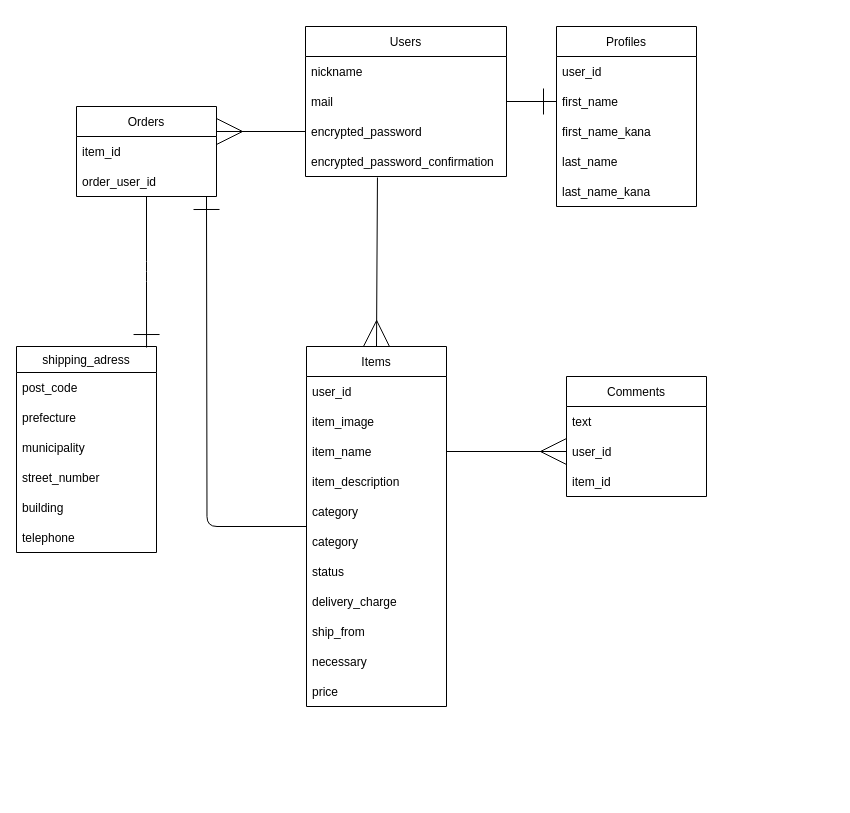
Before: furima.dio in yoshir32/furima-36846, a draw.io diagram. Source tidied: cells renumbered, new cells numbered last; positions are measured from the earlier drawing's top-left corner, leaving out a move shared by most shapes. Both pictures are drawn from the tidied source at 100%, with x=0, y=0 at pixel (16, 26).
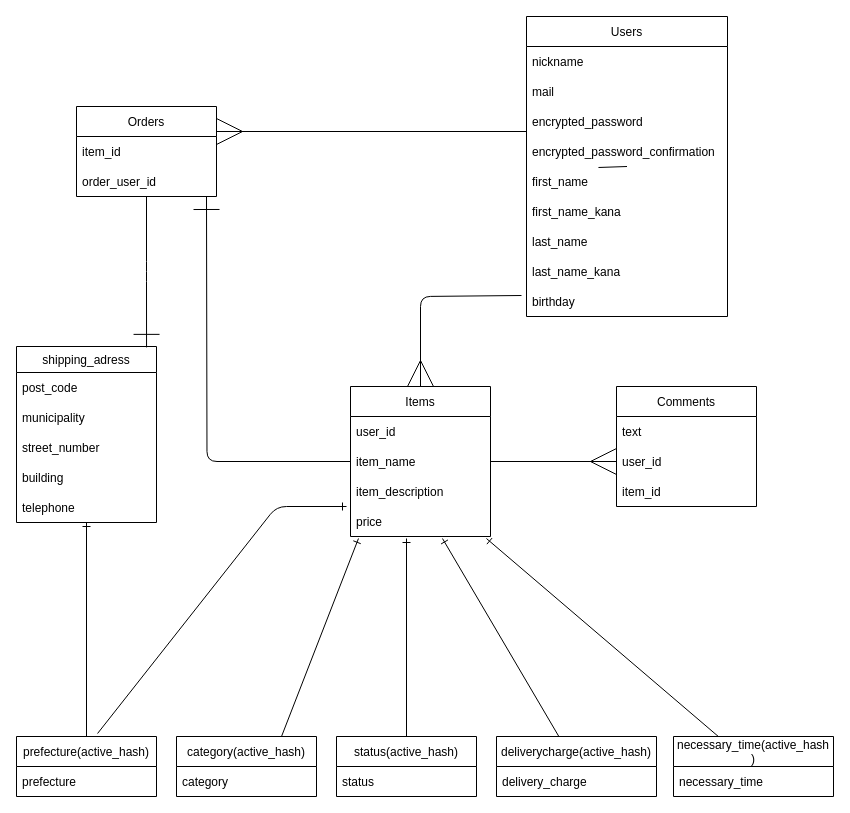
The same diagram, later.

Commit message (it also covers changes not shown here):
ER図、README修正

The change refers to these unchanged cells:
```xml
<mxCell id="7" value="encrypted_password" style="text;strokeColor=none;fillColor=none;align=left;verticalAlign=middle;spacingLeft=4;spacingRight=4;overflow=hidden;points=[[0,0.5],[1,0.5]];portConstraint=eastwest;" parent="4" vertex="1">
  <mxGeometry y="90" width="201" height="30" as="geometry" />
</mxCell>
<mxCell id="8" value="encrypted_password_confirmation" style="text;strokeColor=none;fillColor=none;align=left;verticalAlign=middle;spacingLeft=4;spacingRight=4;overflow=hidden;points=[[0,0.5],[1,0.5]];portConstraint=eastwest;" parent="4" vertex="1">
  <mxGeometry y="120" width="201" height="30" as="geometry" />
</mxCell>
```

Diff of the diagram source:
```diff
@@
-    <mxCell id="2" style="edgeStyle=none;jumpSize=24;html=1;entryX=0.5;entryY=0;entryDx=0;entryDy=0;endArrow=ERmany;endFill=0;startSize=24;endSize=24;exitX=0.358;exitY=1.033;exitDx=0;exitDy=0;exitPerimeter=0;" parent="1" edge="1" source="8" target="24">
-      <mxGeometry relative="1" as="geometry" />
+    <mxCell id="2" style="edgeStyle=none;jumpSize=24;html=1;entryX=0.5;entryY=0;entryDx=0;entryDy=0;endArrow=ERmany;endFill=0;startSize=24;endSize=24;startArrow=none;exitX=-0.025;exitY=0.3;exitDx=0;exitDy=0;exitPerimeter=0;" parent="1" edge="1" source="46" target="24">
+      <mxGeometry relative="1" as="geometry">
+        <Array as="points">
+          <mxPoint x="404" y="270" />
+        </Array>
+      </mxGeometry>
     </mxCell>
-    <mxCell id="3" style="edgeStyle=none;jumpSize=24;html=1;entryX=0;entryY=0.5;entryDx=0;entryDy=0;endArrow=ERone;endFill=0;startSize=24;endSize=24;" parent="1" edge="1" source="4" target="19">
-      <mxGeometry relative="1" as="geometry" />
-    </mxCell>
     <mxCell id="4" value="Users" style="swimlane;fontStyle=0;horizontal=1;startSize=30;" parent="1" vertex="1">
-      <mxGeometry x="289" width="201" height="150" as="geometry" />
+      <mxGeometry x="510" y="-10" width="201" height="300" as="geometry" />
     </mxCell>
@@
+    <mxCell id="3" style="edgeStyle=none;jumpSize=24;html=1;entryX=0;entryY=0.5;entryDx=0;entryDy=0;endArrow=ERone;endFill=0;startSize=24;endSize=24;" parent="4" edge="1" source="4" target="19">
+      <mxGeometry relative="1" as="geometry" />
+    </mxCell>
+    <mxCell id="45" style="edgeStyle=none;jumpSize=24;html=1;entryX=0.5;entryY=0;entryDx=0;entryDy=0;endArrow=none;endFill=0;startSize=24;endSize=24;exitX=0.358;exitY=1.033;exitDx=0;exitDy=0;exitPerimeter=0;" parent="4" edge="1" source="8" target="19">
+      <mxGeometry relative="1" as="geometry" />
+    </mxCell>
+    <mxCell id="19" value="first_name" style="text;strokeColor=none;fillColor=none;align=left;verticalAlign=middle;spacingLeft=4;spacingRight=4;overflow=hidden;points=[[0,0.5],[1,0.5]];portConstraint=eastwest;" parent="4" vertex="1">
+      <mxGeometry y="150" width="201" height="30" as="geometry" />
+    </mxCell>
+    <mxCell id="20" value="first_name_kana" style="text;strokeColor=none;fillColor=none;align=left;verticalAlign=middle;spacingLeft=4;spacingRight=4;overflow=hidden;" parent="4" vertex="1">
+      <mxGeometry y="180" width="201" height="30" as="geometry" />
+    </mxCell>
+    <mxCell id="21" value="last_name" style="text;strokeColor=none;fillColor=none;align=left;verticalAlign=middle;spacingLeft=4;spacingRight=4;overflow=hidden;" parent="4" vertex="1">
+      <mxGeometry y="210" width="201" height="30" as="geometry" />
+    </mxCell>
+    <mxCell id="22" value="last_name_kana" style="text;strokeColor=none;fillColor=none;align=left;verticalAlign=middle;spacingLeft=4;spacingRight=4;overflow=hidden;" parent="4" vertex="1">
+      <mxGeometry y="240" width="201" height="30" as="geometry" />
+    </mxCell>
+    <mxCell id="46" value="birthday" style="text;strokeColor=none;fillColor=none;align=left;verticalAlign=middle;spacingLeft=4;spacingRight=4;overflow=hidden;points=[[0,0.5],[1,0.5]];portConstraint=eastwest;" parent="4" vertex="1">
+      <mxGeometry y="270" width="201" height="30" as="geometry" />
+    </mxCell>
@@
     <mxCell id="13" value="Comments" style="swimlane;fontStyle=0;horizontal=1;startSize=30;" parent="1" vertex="1">
-      <mxGeometry x="550" y="350" width="140" height="120" as="geometry" />
+      <mxGeometry x="600" y="360" width="140" height="120" as="geometry" />
     </mxCell>
@@
-    <mxCell id="17" value="Profiles" style="swimlane;fontStyle=0;horizontal=1;startSize=30;" parent="1" vertex="1">
-      <mxGeometry x="540" width="140" height="180" as="geometry" />
-    </mxCell>
-    <mxCell id="18" value="user_id" style="text;strokeColor=none;fillColor=none;align=left;verticalAlign=middle;spacingLeft=4;spacingRight=4;overflow=hidden;" parent="17" vertex="1">
-      <mxGeometry y="30" width="140" height="30" as="geometry" />
-    </mxCell>
-    <mxCell id="19" value="first_name" style="text;strokeColor=none;fillColor=none;align=left;verticalAlign=middle;spacingLeft=4;spacingRight=4;overflow=hidden;points=[[0,0.5],[1,0.5]];portConstraint=eastwest;" parent="17" vertex="1">
-      <mxGeometry y="60" width="140" height="30" as="geometry" />
-    </mxCell>
-    <mxCell id="20" value="first_name_kana" style="text;strokeColor=none;fillColor=none;align=left;verticalAlign=middle;spacingLeft=4;spacingRight=4;overflow=hidden;" parent="17" vertex="1">
-      <mxGeometry y="90" width="140" height="30" as="geometry" />
-    </mxCell>
-    <mxCell id="21" value="last_name" style="text;strokeColor=none;fillColor=none;align=left;verticalAlign=middle;spacingLeft=4;spacingRight=4;overflow=hidden;" parent="17" vertex="1">
-      <mxGeometry y="120" width="140" height="30" as="geometry" />
-    </mxCell>
-    <mxCell id="22" value="last_name_kana" style="text;strokeColor=none;fillColor=none;align=left;verticalAlign=middle;spacingLeft=4;spacingRight=4;overflow=hidden;" parent="17" vertex="1">
-      <mxGeometry y="150" width="140" height="30" as="geometry" />
-    </mxCell>
@@
     <mxCell id="24" value="Items" style="swimlane;fontStyle=0;horizontal=1;startSize=30;" parent="1" vertex="1">
-      <mxGeometry x="290" y="320" width="140" height="360" as="geometry" />
+      <mxGeometry x="334" y="360" width="140" height="150" as="geometry" />
     </mxCell>
@@
-    <mxCell id="26" value="item_image" style="text;strokeColor=none;fillColor=none;align=left;verticalAlign=middle;spacingLeft=4;spacingRight=4;overflow=hidden;" parent="24" vertex="1">
-      <mxGeometry y="60" width="140" height="30" as="geometry" />
-    </mxCell>
     <mxCell id="27" value="item_name" style="text;strokeColor=none;fillColor=none;align=left;verticalAlign=middle;spacingLeft=4;spacingRight=4;overflow=hidden;points=[[0,0.5],[1,0.5]];portConstraint=eastwest;" parent="24" vertex="1">
-      <mxGeometry y="90" width="140" height="30" as="geometry" />
+      <mxGeometry y="60" width="140" height="30" as="geometry" />
     </mxCell>
     <mxCell id="28" value="item_description" style="text;strokeColor=none;fillColor=none;align=left;verticalAlign=middle;spacingLeft=4;spacingRight=4;overflow=hidden;" parent="24" vertex="1">
-      <mxGeometry y="120" width="140" height="30" as="geometry" />
+      <mxGeometry y="90" width="140" height="30" as="geometry" />
     </mxCell>
-    <mxCell id="29" value="category" style="text;strokeColor=none;fillColor=none;align=left;verticalAlign=middle;spacingLeft=4;spacingRight=4;overflow=hidden;" parent="24" vertex="1">
-      <mxGeometry y="150" width="140" height="30" as="geometry" />
-    </mxCell>
-    <mxCell id="30" value="category" style="text;strokeColor=none;fillColor=none;align=left;verticalAlign=middle;spacingLeft=4;spacingRight=4;overflow=hidden;" parent="24" vertex="1">
-      <mxGeometry y="180" width="140" height="30" as="geometry" />
-    </mxCell>
-    <mxCell id="31" value="status" style="text;strokeColor=none;fillColor=none;align=left;verticalAlign=middle;spacingLeft=4;spacingRight=4;overflow=hidden;" parent="24" vertex="1">
-      <mxGeometry y="210" width="140" height="30" as="geometry" />
-    </mxCell>
-    <mxCell id="32" value="delivery_charge" style="text;strokeColor=none;fillColor=none;align=left;verticalAlign=middle;spacingLeft=4;spacingRight=4;overflow=hidden;" parent="24" vertex="1">
-      <mxGeometry y="240" width="140" height="30" as="geometry" />
-    </mxCell>
-    <mxCell id="33" value="ship_from" style="text;strokeColor=none;fillColor=none;align=left;verticalAlign=middle;spacingLeft=4;spacingRight=4;overflow=hidden;" parent="24" vertex="1">
-      <mxGeometry y="270" width="140" height="30" as="geometry" />
-    </mxCell>
-    <mxCell id="34" value="necessary" style="text;strokeColor=none;fillColor=none;align=left;verticalAlign=middle;spacingLeft=4;spacingRight=4;overflow=hidden;" parent="24" vertex="1">
-      <mxGeometry y="300" width="140" height="30" as="geometry" />
-    </mxCell>
     <mxCell id="35" value="price" style="text;strokeColor=none;fillColor=none;align=left;verticalAlign=middle;spacingLeft=4;spacingRight=4;overflow=hidden;points=[[0,0.5],[1,0.5]];portConstraint=eastwest;" parent="24" vertex="1">
-      <mxGeometry y="330" width="140" height="30" as="geometry" />
+      <mxGeometry y="120" width="140" height="30" as="geometry" />
     </mxCell>
@@
-    <mxCell id="37" style="edgeStyle=none;jumpSize=24;html=1;exitX=0;exitY=0.5;exitDx=0;exitDy=0;endArrow=ERmany;endFill=0;startSize=24;endSize=24;" parent="1" edge="1" source="7">
+    <mxCell id="37" style="edgeStyle=none;jumpSize=24;html=1;endArrow=ERmany;endFill=0;startSize=24;endSize=24;" parent="1" edge="1">
       <mxGeometry relative="1" as="geometry">
+        <mxPoint x="510" y="105" as="sourcePoint" />
         <mxPoint x="200" y="105" as="targetPoint" />
       </mxGeometry>
     </mxCell>
     <mxCell id="38" value="shipping_adress" style="swimlane;fontStyle=0;horizontal=1;startSize=26;fillColor=none;" parent="1" vertex="1">
-      <mxGeometry y="320" width="140" height="206" as="geometry" />
+      <mxGeometry y="320" width="140" height="176" as="geometry" />
     </mxCell>
@@
-    <mxCell id="40" value="prefecture" style="text;strokeColor=none;fillColor=none;align=left;verticalAlign=middle;spacingLeft=4;spacingRight=4;overflow=hidden;" parent="38" vertex="1">
-      <mxGeometry y="56" width="140" height="30" as="geometry" />
-    </mxCell>
     <mxCell id="41" value="municipality" style="text;strokeColor=none;fillColor=none;align=left;verticalAlign=middle;spacingLeft=4;spacingRight=4;overflow=hidden;" parent="38" vertex="1">
-      <mxGeometry y="86" width="140" height="30" as="geometry" />
+      <mxGeometry y="56" width="140" height="30" as="geometry" />
     </mxCell>
     <mxCell id="42" value="street_number" style="text;strokeColor=none;fillColor=none;align=left;verticalAlign=middle;spacingLeft=4;spacingRight=4;overflow=hidden;" parent="38" vertex="1">
-      <mxGeometry y="116" width="140" height="30" as="geometry" />
+      <mxGeometry y="86" width="140" height="30" as="geometry" />
     </mxCell>
     <mxCell id="43" value="building" style="text;strokeColor=none;fillColor=none;align=left;verticalAlign=middle;spacingLeft=4;spacingRight=4;overflow=hidden;" parent="38" vertex="1">
-      <mxGeometry y="146" width="140" height="30" as="geometry" />
+      <mxGeometry y="116" width="140" height="30" as="geometry" />
     </mxCell>
     <mxCell id="44" value="telephone" style="text;strokeColor=none;fillColor=none;align=left;verticalAlign=middle;spacingLeft=4;spacingRight=4;overflow=hidden;points=[[0,0.5],[1,0.5]];portConstraint=eastwest;" parent="38" vertex="1">
-      <mxGeometry y="176" width="140" height="30" as="geometry" />
+      <mxGeometry y="146" width="140" height="30" as="geometry" />
     </mxCell>
+    <mxCell id="47" style="edgeStyle=none;html=1;endArrow=ERone;endFill=0;" parent="1" edge="1" source="48" target="44">
+      <mxGeometry relative="1" as="geometry" />
+    </mxCell>
+    <mxCell id="48" value="prefecture(active_hash)" style="swimlane;fontStyle=0;horizontal=1;startSize=30;" parent="1" vertex="1">
+      <mxGeometry y="710" width="140" height="60" as="geometry" />
+    </mxCell>
+    <mxCell id="40" value="prefecture" style="text;strokeColor=none;fillColor=none;align=left;verticalAlign=middle;spacingLeft=4;spacingRight=4;overflow=hidden;" parent="48" vertex="1">
+      <mxGeometry y="30" width="140" height="30" as="geometry" />
+    </mxCell>
+    <mxCell id="49" style="edgeStyle=none;html=1;exitX=0.75;exitY=0;exitDx=0;exitDy=0;endArrow=ERone;endFill=0;entryX=0.057;entryY=1.067;entryDx=0;entryDy=0;entryPerimeter=0;" parent="1" edge="1" source="50" target="35">
+      <mxGeometry relative="1" as="geometry" />
+    </mxCell>
+    <mxCell id="50" value="category(active_hash)" style="swimlane;fontStyle=0;horizontal=1;startSize=30;" parent="1" vertex="1">
+      <mxGeometry x="160" y="710" width="140" height="60" as="geometry" />
+    </mxCell>
+    <mxCell id="29" value="category" style="text;strokeColor=none;fillColor=none;align=left;verticalAlign=middle;spacingLeft=4;spacingRight=4;overflow=hidden;" parent="50" vertex="1">
+      <mxGeometry y="30" width="140" height="30" as="geometry" />
+    </mxCell>
+    <mxCell id="51" style="edgeStyle=none;html=1;endArrow=ERone;endFill=0;entryX=0.4;entryY=1.067;entryDx=0;entryDy=0;entryPerimeter=0;" parent="1" edge="1" source="52" target="35">
+      <mxGeometry relative="1" as="geometry" />
+    </mxCell>
+    <mxCell id="52" value="status(active_hash)" style="swimlane;fontStyle=0;horizontal=1;startSize=30;" parent="1" vertex="1">
+      <mxGeometry x="320" y="710" width="140" height="60" as="geometry" />
+    </mxCell>
+    <mxCell id="31" value="status" style="text;strokeColor=none;fillColor=none;align=left;verticalAlign=middle;spacingLeft=4;spacingRight=4;overflow=hidden;" parent="52" vertex="1">
+      <mxGeometry y="30" width="140" height="30" as="geometry" />
+    </mxCell>
+    <mxCell id="53" style="edgeStyle=none;html=1;entryX=0.657;entryY=1.067;entryDx=0;entryDy=0;entryPerimeter=0;endArrow=ERone;endFill=0;" parent="1" edge="1" source="54" target="35">
+      <mxGeometry relative="1" as="geometry" />
+    </mxCell>
+    <mxCell id="54" value="deliverycharge(active_hash)" style="swimlane;fontStyle=0;horizontal=1;startSize=30;" parent="1" vertex="1">
+      <mxGeometry x="480" y="710" width="160" height="60" as="geometry" />
+    </mxCell>
+    <mxCell id="32" value="delivery_charge" style="text;strokeColor=none;fillColor=none;align=left;verticalAlign=middle;spacingLeft=4;spacingRight=4;overflow=hidden;" parent="54" vertex="1">
+      <mxGeometry y="30" width="160" height="30" as="geometry" />
+    </mxCell>
+    <mxCell id="55" style="edgeStyle=none;html=1;entryX=0.971;entryY=1.067;entryDx=0;entryDy=0;entryPerimeter=0;endArrow=ERone;endFill=0;" parent="1" edge="1" source="56" target="35">
+      <mxGeometry relative="1" as="geometry" />
+    </mxCell>
+    <mxCell id="56" value="necessary_time(active_hash&#10;)" style="swimlane;fontStyle=0;horizontal=1;startSize=30;" parent="1" vertex="1">
+      <mxGeometry x="657" y="710" width="160" height="60" as="geometry" />
+    </mxCell>
+    <mxCell id="34" value="necessary_time" style="text;strokeColor=none;fillColor=none;align=left;verticalAlign=middle;spacingLeft=4;spacingRight=4;overflow=hidden;" parent="56" vertex="1">
+      <mxGeometry y="30" width="160" height="30" as="geometry" />
+    </mxCell>
+    <mxCell id="57" style="edgeStyle=none;html=1;endArrow=ERone;endFill=0;exitX=0.579;exitY=-0.05;exitDx=0;exitDy=0;exitPerimeter=0;" parent="1" edge="1" source="48">
+      <mxGeometry relative="1" as="geometry">
+        <mxPoint x="330" y="480" as="targetPoint" />
+        <Array as="points">
+          <mxPoint x="260" y="480" />
+        </Array>
+      </mxGeometry>
+    </mxCell>
```
